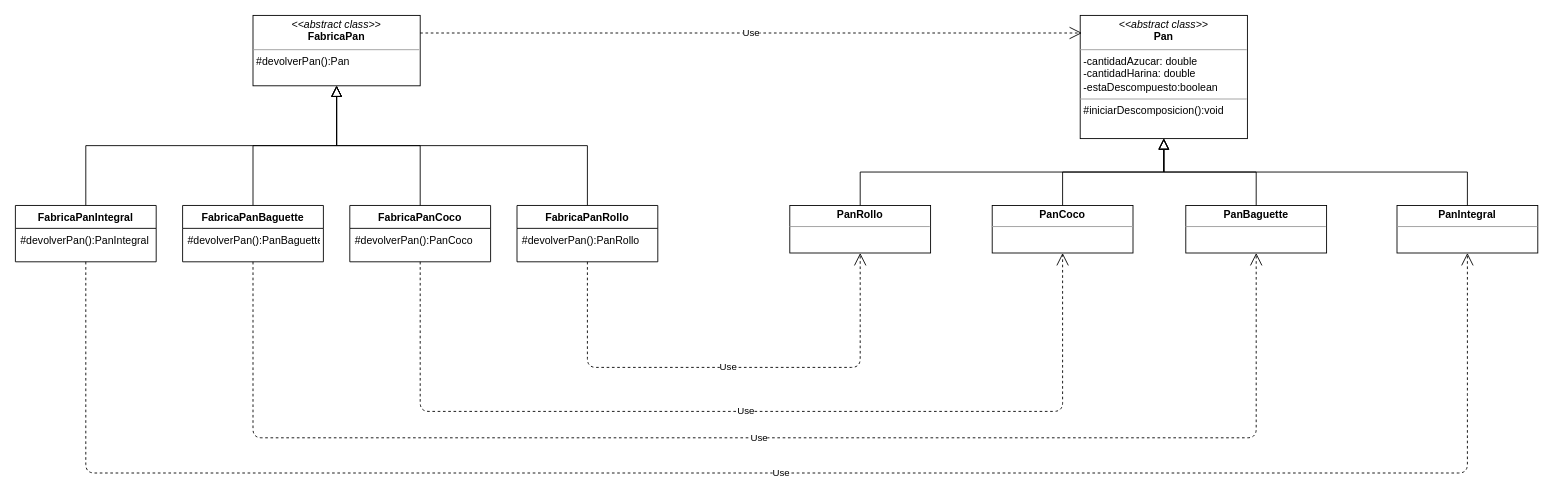
Before: Factory Method/Factory_Method.drawio in spaezsuarez/Modelos-de-Programacion-Patrones-de-Dise-o-, a draw.io diagram. Source tidied: cells renumbered, new cells numbered last; positions are measured from the earlier drawing's top-left corner, leaving out a move shared by most shapes. Both pictures are drawn from the tidied source at 88%, with x=0, y=0 at pixel (15, 15).
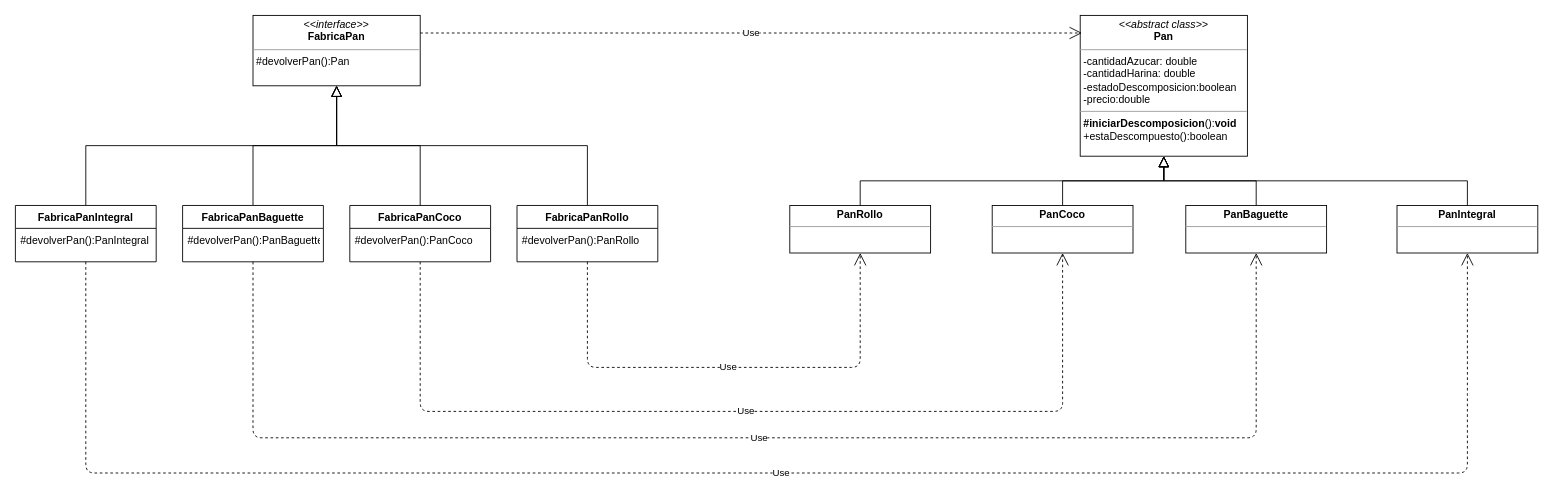
Above is the later version.

Change to the diagram source:
```diff
@@
-    <mxCell id="4" value="&lt;p style=&quot;margin: 0px ; margin-top: 4px ; text-align: center&quot;&gt;&lt;i&gt;&amp;lt;&amp;lt;abstract class&amp;gt;&amp;gt;&lt;/i&gt;&lt;br&gt;&lt;b&gt;Pan&lt;/b&gt;&lt;/p&gt;&lt;hr size=&quot;1&quot;&gt;&lt;p style=&quot;margin: 0px ; margin-left: 4px&quot;&gt;-cantidadAzucar: double&lt;br&gt;-cantidadHarina: double&lt;/p&gt;&lt;p style=&quot;margin: 0px ; margin-left: 4px&quot;&gt;-estaDescompuesto:boolean&lt;/p&gt;&lt;hr size=&quot;1&quot;&gt;&lt;p style=&quot;margin: 0px ; margin-left: 4px&quot;&gt;#iniciarDescomposicion():void&lt;br&gt;&lt;br&gt;&lt;/p&gt;" style="verticalAlign=top;align=left;overflow=fill;fontSize=12;fontFamily=Helvetica;html=1;" parent="1" vertex="1">
-      <mxGeometry x="1210" width="190" height="140" as="geometry" />
+    <mxCell id="4" value="&lt;p style=&quot;margin: 0px ; margin-top: 4px ; text-align: center&quot;&gt;&lt;i&gt;&amp;lt;&amp;lt;abstract class&amp;gt;&amp;gt;&lt;/i&gt;&lt;br&gt;&lt;b&gt;Pan&lt;/b&gt;&lt;/p&gt;&lt;hr size=&quot;1&quot;&gt;&lt;p style=&quot;margin: 0px ; margin-left: 4px&quot;&gt;-cantidadAzucar: double&lt;br&gt;-cantidadHarina: double&lt;/p&gt;&lt;p style=&quot;margin: 0px ; margin-left: 4px&quot;&gt;-estadoDescomposicion:boolean&lt;/p&gt;&lt;p style=&quot;margin: 0px ; margin-left: 4px&quot;&gt;-precio:double&lt;/p&gt;&lt;hr size=&quot;1&quot;&gt;&lt;p style=&quot;margin: 0px ; margin-left: 4px&quot;&gt;&lt;b&gt;#iniciarDescomposicion&lt;/b&gt;():&lt;b&gt;void&lt;/b&gt;&lt;br&gt;+estaDescompuesto():boolean&lt;/p&gt;" style="verticalAlign=top;align=left;overflow=fill;fontSize=12;fontFamily=Helvetica;html=1;" parent="1" vertex="1">
+      <mxGeometry x="1210" width="190" height="160" as="geometry" />
     </mxCell>
-    <mxCell id="5" value="&lt;p style=&quot;margin: 0px ; margin-top: 4px ; text-align: center&quot;&gt;&lt;i&gt;&amp;lt;&amp;lt;abstract class&amp;gt;&amp;gt;&lt;/i&gt;&lt;br&gt;&lt;b&gt;FabricaPan&lt;/b&gt;&lt;/p&gt;&lt;hr size=&quot;1&quot;&gt;&lt;p style=&quot;margin: 0px ; margin-left: 4px&quot;&gt;#devolverPan():Pan&lt;/p&gt;&lt;p style=&quot;margin: 0px ; margin-left: 4px&quot;&gt;&lt;br&gt;&lt;br&gt;&lt;/p&gt;" style="verticalAlign=top;align=left;overflow=fill;fontSize=12;fontFamily=Helvetica;html=1;" parent="1" vertex="1">
+    <mxCell id="5" value="&lt;p style=&quot;margin: 0px ; margin-top: 4px ; text-align: center&quot;&gt;&lt;i&gt;&amp;lt;&amp;lt;interface&amp;gt;&amp;gt;&lt;/i&gt;&lt;br&gt;&lt;b&gt;FabricaPan&lt;/b&gt;&lt;/p&gt;&lt;hr size=&quot;1&quot;&gt;&lt;p style=&quot;margin: 0px ; margin-left: 4px&quot;&gt;#devolverPan():Pan&lt;/p&gt;&lt;p style=&quot;margin: 0px ; margin-left: 4px&quot;&gt;&lt;br&gt;&lt;br&gt;&lt;/p&gt;" style="verticalAlign=top;align=left;overflow=fill;fontSize=12;fontFamily=Helvetica;html=1;" parent="1" vertex="1">
       <mxGeometry x="270" width="190" height="80" as="geometry" />
     </mxCell>
```
